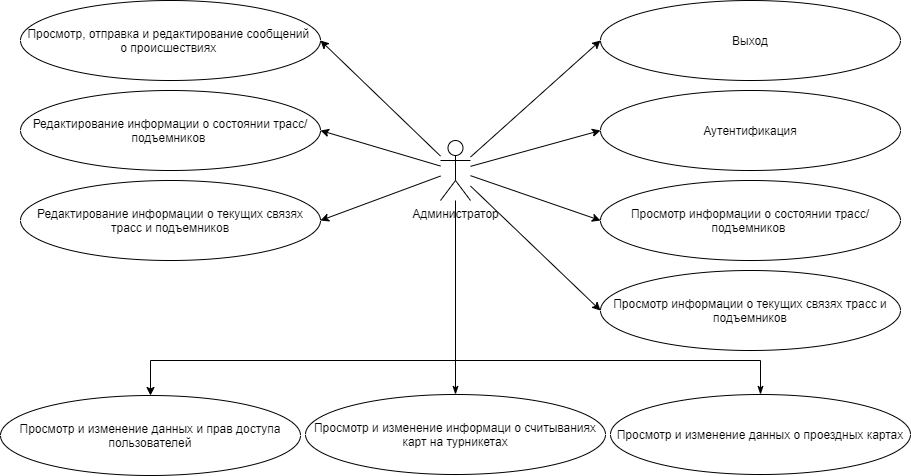
The draw.io diagram docs/imgs/use_case/use-case4.png in alena-zayts/BMSTU_6sem_software_design, before a commit. Source tidied: cells renumbered, new cells last; positions are measured from the earlier drawing's top-left corner, leaving out a move shared by most shapes.
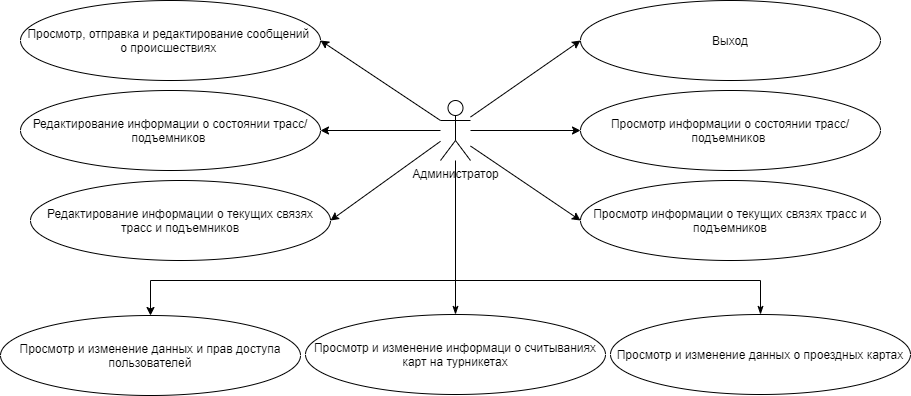
The same diagram one commit later.

The edit, as a diff of the source:
```diff
@@ -15,28 +15,21 @@
       <mxGeometry x="440" y="140" width="30" height="60" as="geometry" />
     </mxCell>
     <mxCell id="6" value="Просмотр, отправка и редактирование сообщений &lt;br&gt;о происшествиях&amp;nbsp;" style="ellipse;whiteSpace=wrap;html=1;" parent="1" vertex="1">
-      <mxGeometry x="20" width="300" height="80" as="geometry" />
+      <mxGeometry x="20" y="40" width="300" height="80" as="geometry" />
     </mxCell>
     <mxCell id="7" value="Редактирование информации о состоянии трасс/подъемников&amp;nbsp;" style="ellipse;whiteSpace=wrap;html=1;" parent="1" vertex="1">
-      <mxGeometry x="20" y="90" width="300" height="80" as="geometry" />
+      <mxGeometry x="20" y="130" width="300" height="80" as="geometry" />
     </mxCell>
     <mxCell id="8" value="Редактирование&amp;nbsp;информации о текущих связях трасс и подъемников" style="ellipse;whiteSpace=wrap;html=1;" parent="1" vertex="1">
-      <mxGeometry x="20" y="180" width="300" height="80" as="geometry" />
+      <mxGeometry x="30" y="220" width="300" height="80" as="geometry" />
     </mxCell>
     <mxCell id="9" style="rounded=0;jettySize=auto;html=1;entryX=0;entryY=0.5;entryDx=0;entryDy=0;" parent="1" edge="1" target="13">
       <mxGeometry relative="1" as="geometry">
         <mxPoint x="470" y="156.6" as="sourcePoint" />
       </mxGeometry>
     </mxCell>
-    <mxCell id="10" style="edgeStyle=none;rounded=0;jettySize=auto;html=1;entryX=0;entryY=0.5;entryDx=0;entryDy=0;" parent="1" edge="1" target="14">
-      <mxGeometry relative="1" as="geometry">
-        <mxPoint x="470" y="165.9" as="sourcePoint" />
-      </mxGeometry>
-    </mxCell>
-    <mxCell id="11" style="edgeStyle=none;rounded=0;jettySize=auto;html=1;entryX=0;entryY=0.5;entryDx=0;entryDy=0;" parent="1" edge="1" target="15">
-      <mxGeometry relative="1" as="geometry">
-        <mxPoint x="470" y="175.2" as="sourcePoint" />
-      </mxGeometry>
+    <mxCell id="11" style="edgeStyle=none;rounded=0;jettySize=auto;html=1;entryX=0;entryY=0.5;entryDx=0;entryDy=0;" parent="1" edge="1" source="5" target="15">
+      <mxGeometry relative="1" as="geometry" />
     </mxCell>
     <mxCell id="12" style="edgeStyle=none;rounded=0;jettySize=auto;html=1;entryX=0;entryY=0.5;entryDx=0;entryDy=0;" parent="1" edge="1" target="16">
       <mxGeometry relative="1" as="geometry">
@@ -44,46 +37,44 @@
       </mxGeometry>
     </mxCell>
     <mxCell id="13" value="Выход" style="ellipse;whiteSpace=wrap;html=1;" parent="1" vertex="1">
-      <mxGeometry x="600" width="300" height="80" as="geometry" />
+      <mxGeometry x="580" y="40" width="300" height="80" as="geometry" />
     </mxCell>
-    <mxCell id="14" value="Аутентификация" style="ellipse;whiteSpace=wrap;html=1;" parent="1" vertex="1">
-      <mxGeometry x="600" y="90" width="300" height="80" as="geometry" />
-    </mxCell>
     <mxCell id="15" value="Просмотр информации о состоянии трасс/подъемников&amp;nbsp;" style="ellipse;whiteSpace=wrap;html=1;" parent="1" vertex="1">
-      <mxGeometry x="600" y="180" width="300" height="80" as="geometry" />
+      <mxGeometry x="580" y="130" width="300" height="80" as="geometry" />
     </mxCell>
     <mxCell id="16" value="Просмотр информации о текущих связях трасс и подъемников" style="ellipse;whiteSpace=wrap;html=1;" parent="1" vertex="1">
-      <mxGeometry x="600" y="270" width="300" height="80" as="geometry" />
+      <mxGeometry x="580" y="220" width="300" height="80" as="geometry" />
     </mxCell>
-    <mxCell id="17" style="rounded=0;jettySize=auto;html=1;entryX=0.5;entryY=0;entryDx=0;entryDy=0;edgeStyle=orthogonalEdgeStyle;" parent="1" edge="1" source="5" target="18">
+    <mxCell id="17" style="rounded=0;jettySize=auto;html=1;entryX=0.5;entryY=0;entryDx=0;entryDy=0;edgeStyle=orthogonalEdgeStyle;" parent="1" edge="1" target="18">
       <mxGeometry relative="1" as="geometry">
+        <mxPoint x="455" y="200" as="sourcePoint" />
         <Array as="points">
-          <mxPoint x="455" y="360" />
-          <mxPoint x="150" y="360" />
+          <mxPoint x="455" y="320" />
+          <mxPoint x="150" y="320" />
         </Array>
       </mxGeometry>
     </mxCell>
     <mxCell id="18" value="Просмотр и изменение данных и прав доступа пользователей" style="ellipse;whiteSpace=wrap;html=1;" parent="1" vertex="1">
-      <mxGeometry y="395" width="300" height="80" as="geometry" />
+      <mxGeometry y="355" width="300" height="80" as="geometry" />
     </mxCell>
     <mxCell id="19" style="edgeStyle=orthogonalEdgeStyle;rounded=0;jettySize=auto;html=1;startArrow=classicThin;startFill=1;endArrow=none;endFill=0;" parent="1" edge="1" source="20">
       <mxGeometry relative="1" as="geometry">
-        <mxPoint x="455" y="360" as="targetPoint" />
+        <mxPoint x="455" y="320" as="targetPoint" />
       </mxGeometry>
     </mxCell>
     <mxCell id="20" value="Просмотр и изменение информаци о считываниях карт на турникетах" style="ellipse;whiteSpace=wrap;html=1;" parent="1" vertex="1">
-      <mxGeometry x="305" y="394" width="300" height="80" as="geometry" />
+      <mxGeometry x="305" y="354" width="300" height="80" as="geometry" />
     </mxCell>
     <mxCell id="21" style="edgeStyle=orthogonalEdgeStyle;rounded=0;jettySize=auto;html=1;exitX=0.5;exitY=0;exitDx=0;exitDy=0;endArrow=none;endFill=0;startArrow=classicThin;startFill=1;" parent="1" edge="1" source="22">
       <mxGeometry relative="1" as="geometry">
-        <mxPoint x="450" y="360" as="targetPoint" />
+        <mxPoint x="450" y="320" as="targetPoint" />
         <Array as="points">
-          <mxPoint x="760" y="360" />
+          <mxPoint x="760" y="320" />
         </Array>
       </mxGeometry>
     </mxCell>
     <mxCell id="22" value="Просмотр и изменение данных о проездных картах" style="ellipse;whiteSpace=wrap;html=1;" parent="1" vertex="1">
-      <mxGeometry x="610" y="394" width="300" height="80" as="geometry" />
+      <mxGeometry x="610" y="354" width="300" height="80" as="geometry" />
     </mxCell>
   </root>
 </mxGraphModel>
```
